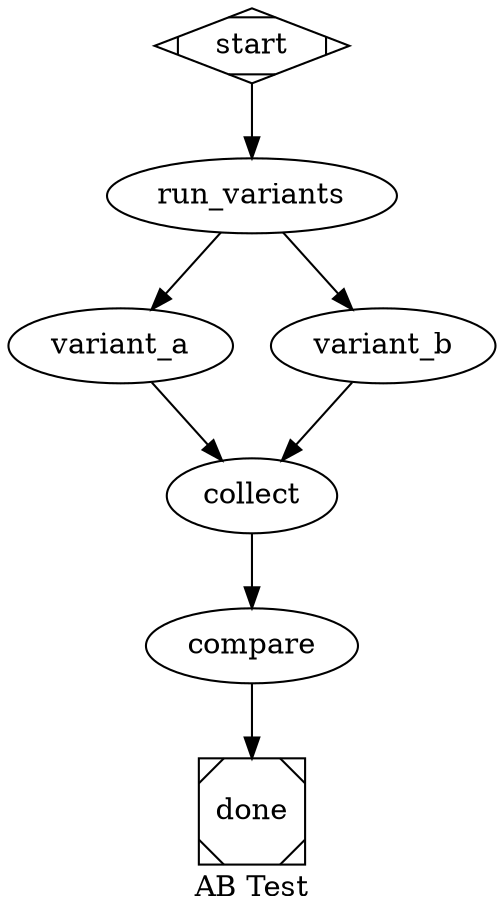
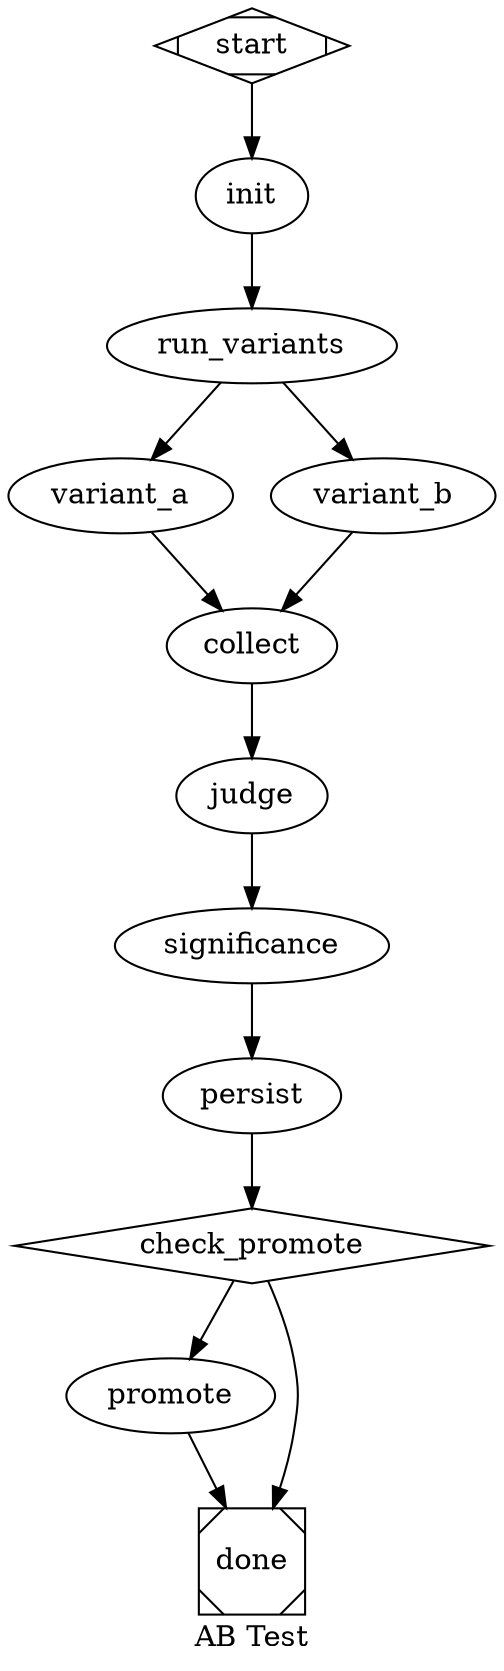
- // A/B Test — Parallel Variant Comparison
- // Run two variants in parallel, compare results, determine winner.
+ // A/B Test — Parallel Variant Comparison with Statistical Rigor
+ // Run two prompt variants in parallel, evaluate with LLM-as-judge,
+ // compute statistical significance, and optionally auto-promote the winner.
//
- // Context in: prompt_a, prompt_b, eval_criteria
- // Context out: result_a, result_b, comparison, winner
+ // Context in:
+ //   prompt_a             — first variant prompt (supports $goal interpolation)
+ //   prompt_b             — second variant prompt (supports $goal interpolation)
+ //   goal                 — (optional) goal text to interpolate into $goal placeholders
+ //   eval_criteria        — criteria for judging variants
+ //   count                — (optional) runs per variant for statistical power (default "1")
+ //   auto_promote         — (optional) "true" to auto-promote significant winner
+ //   persistence_path     — (optional) JSONL file path for cross-run trend analysis
+ //
+ // Context out:
+ //   result_a             — variant A output (or array if count > 1)
+ //   result_b             — variant B output (or array if count > 1)
+ //   ab.score_a           — variant A score from judge (0.0-1.0)
+ //   ab.score_b           — variant B score from judge (0.0-1.0)
+ //   ab.winner            — "a", "b", or "tie"
+ //   ab.judge_reasoning   — judge's comparison reasoning
+ //   ab.significant       — true if result is statistically significant (p < 0.05)
+ //   ab.p_value           — p-value from significance test (if count > 1)
+ //   ab.promoted_prompt   — winning prompt (if auto-promoted)

digraph ABTest {
  graph [
-     goal="Compare two prompt variants in parallel and select a winner",
+     goal="Compare prompt variants with statistical rigor and LLM-as-judge evaluation",
    label="AB Test"
  ]

  start [shape=Mdiamond]
+ 
+   // Initialize: interpolate $goal placeholders, set up run tracking
+   init [
+     type="transform",
+     prompt="Initialize: if goal is set, replace $goal in prompt_a and prompt_b. Set ab.count from count (default 1). Set ab.results_a=[], ab.results_b=[], ab.significant=false, ab.auto_promote=false."
+   ]

  // Run both variants in parallel
  run_variants [
    type="parallel",
    fan_out="true",
    prompt="Execute both variant prompts in parallel."
  ]

-   // Variant A
+   // Variant A (supports multi-run via count attribute)
  variant_a [
    type="compute",
-     prompt="Execute prompt_a. Store result in result_a."
+     prompt="Execute prompt_a. Store result in result_a. If count > 1, execute count times and collect all results in ab.results_a."
  ]

  // Variant B
  variant_b [
    type="compute",
-     prompt="Execute prompt_b. Store result in result_b."
+     prompt="Execute prompt_b. Store result in result_b. If count > 1, execute count times and collect all results in ab.results_b."
  ]

  // Collect parallel results
  collect [
    type="fan_in",
    prompt="Collect results from both variants."
  ]

-   // Compare and score
-   compare [
+   // LLM-as-judge: independent evaluation of both results
+   judge [
    type="compute",
-     prompt="Compare result_a and result_b against eval_criteria. Score each variant. Produce a comparison summary and declare a winner (a or b)."
+     prompt="As an impartial judge, compare result_a and result_b against eval_criteria. For each result, score on: relevance (0-1), quality (0-1), completeness (0-1). Compute overall ab.score_a and ab.score_b as weighted averages. Declare ab.winner (a, b, or tie) with ab.judge_reasoning explaining the decision."
+   ]
+ 
+   // Compute statistical significance for multi-run experiments
+   significance [
+     type="transform",
+     prompt="If ab.results_a and ab.results_b have multiple entries (count > 1): compute mean scores and standard deviations for each variant. Run one-sample binomial test: z-score = (win_rate - 0.5) / sqrt(0.25/n). Compute p-value. Set ab.significant=true if p < 0.05. Set ab.p_value, ab.mean_a, ab.mean_b, ab.std_a, ab.std_b. For count=1, set ab.significant=false, ab.p_value=1.0."
+   ]
+ 
+   // Persist results to JSONL for cross-run trend analysis
+   persist [
+     type="transform",
+     prompt="If persistence_path is set: append JSON line {timestamp, prompt_a_hash, prompt_b_hash, winner, score_a, score_b, significant, p_value, count} to the JSONL file. Set ab.persisted=true."
+   ]
+ 
+   // Check if auto-promotion conditions are met
+   check_promote [
+     type="gate",
+     shape=diamond,
+     predicate="expression",
+     expression="ab.should_promote",
+     prompt="Set ab.should_promote=true if auto_promote=true AND ab.significant=true AND ab.winner is not tie."
+   ]
+ 
+   // Promote winning variant
+   promote [
+     type="transform",
+     prompt="Set ab.promoted_prompt to the winning variant's prompt text. Set ab.promotion_status=promoted. Record which variant won and by what margin."
  ]

  done [shape=Msquare]

  // Flow
-   start -> run_variants
+   start -> init -> run_variants
  run_variants -> variant_a
  run_variants -> variant_b
  variant_a -> collect
  variant_b -> collect
-   collect -> compare -> done
+   collect -> judge -> significance -> persist -> check_promote
+   check_promote -> promote [condition="context.ab.should_promote=true"]
+   check_promote -> done [condition="context.ab.should_promote!=true"]
+   promote -> done
}
